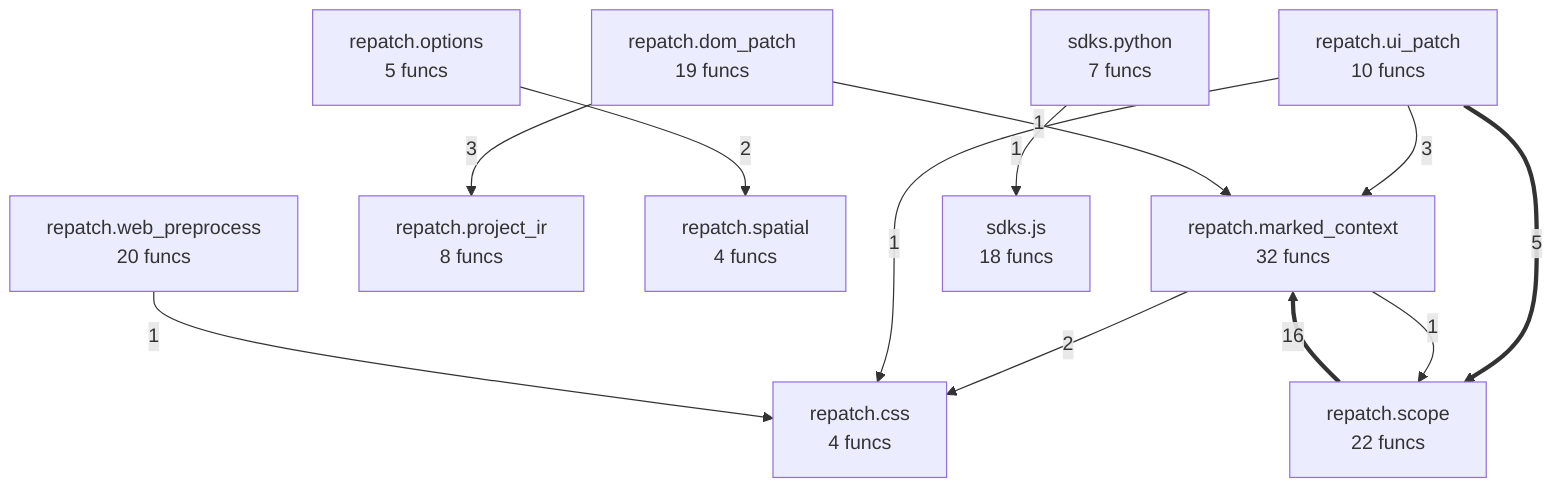
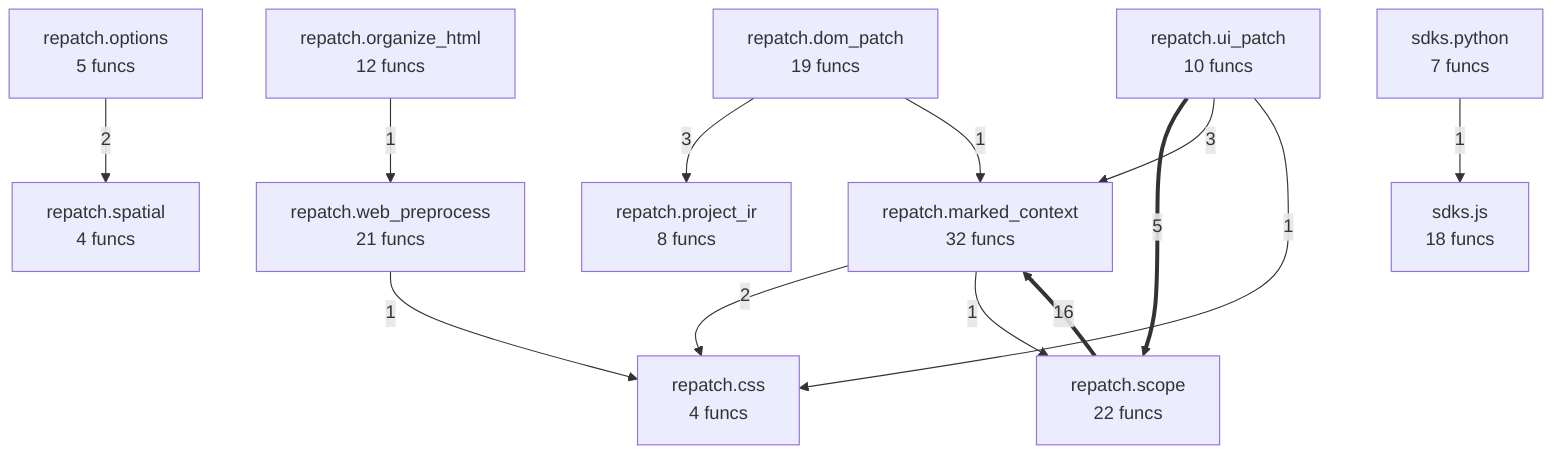
flowchart TD
- %% generated in 0.00s
+ %% generated in 0.02s
    repatch__css["repatch.css<br/>4 funcs"]
    repatch__dom_patch["repatch.dom_patch<br/>19 funcs"]
    repatch__marked_context["repatch.marked_context<br/>32 funcs"]
    repatch__options["repatch.options<br/>5 funcs"]
+     repatch__organize_html["repatch.organize_html<br/>12 funcs"]
    repatch__project_ir["repatch.project_ir<br/>8 funcs"]
    repatch__scope["repatch.scope<br/>22 funcs"]
    repatch__spatial["repatch.spatial<br/>4 funcs"]
    repatch__ui_patch["repatch.ui_patch<br/>10 funcs"]
-     repatch__web_preprocess["repatch.web_preprocess<br/>20 funcs"]
+     repatch__web_preprocess["repatch.web_preprocess<br/>21 funcs"]
    sdks__js["sdks.js<br/>18 funcs"]
    sdks__python["sdks.python<br/>7 funcs"]
    repatch__scope ==>|16| repatch__marked_context
    repatch__ui_patch ==>|5| repatch__scope
    repatch__dom_patch -->|3| repatch__project_ir
    repatch__ui_patch -->|3| repatch__marked_context
    repatch__marked_context -->|2| repatch__css
    repatch__options -->|2| repatch__spatial
    repatch__dom_patch -->|1| repatch__marked_context
    repatch__marked_context -->|1| repatch__scope
    repatch__ui_patch -->|1| repatch__css
+     sdks__python -->|1| sdks__js
+     repatch__organize_html -->|1| repatch__web_preprocess
    repatch__web_preprocess -->|1| repatch__css
-     sdks__python -->|1| sdks__js
